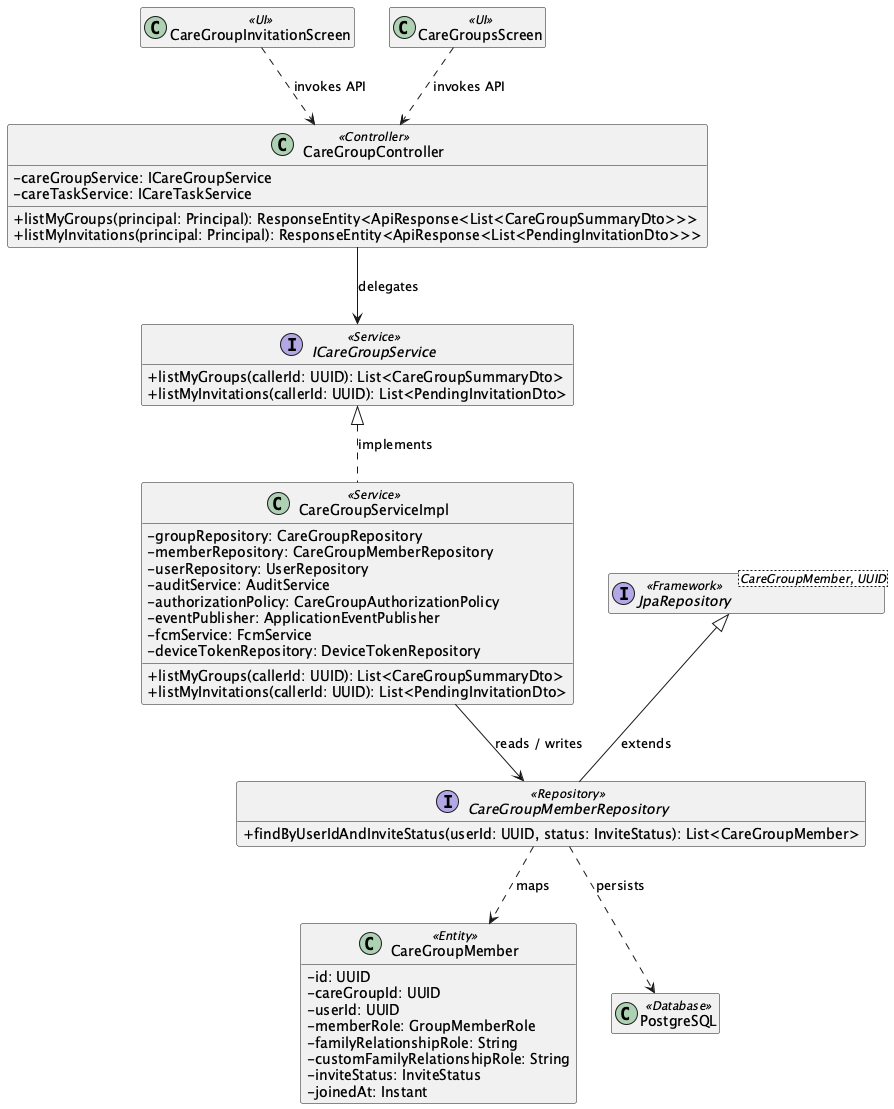
This is 03_Design/Detailed_Design/MF08_Family_Sync_Cooperative_Care/images/01_Care_Group_and_Membership_Lifecycle_ClassDiagram.png from ChuongBDHE172784/CareBridge_SEP490_G79, a PlantUML export, as it was before one commit.
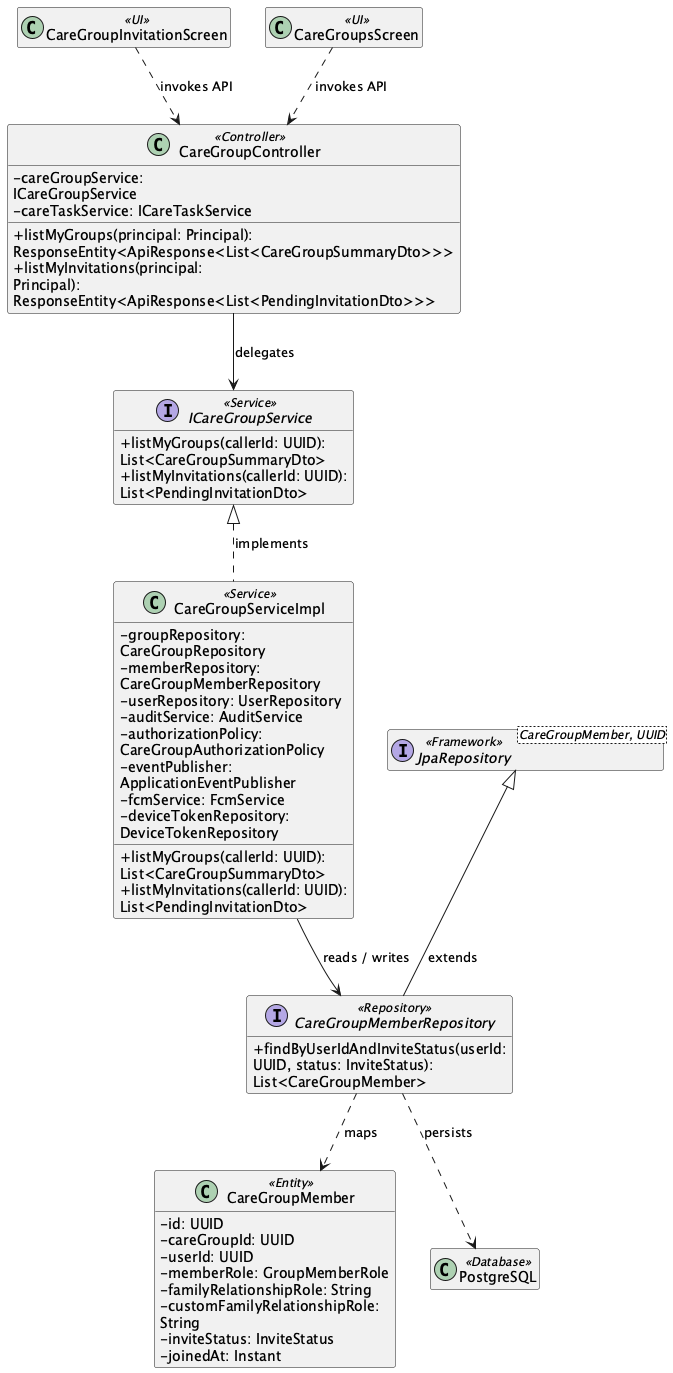
The same diagram one commit later.

What changed in the source:
```diff
@@ -1,5 +1,6 @@
-@startuml
+@startuml ClassDiagram_01CareGroupandMembershipLifecycle
 skinparam classAttributeIconSize 0
+skinparam wrapWidth 250
 hide empty members
 
 class "CareGroupInvitationScreen" as UICareGroupInvitationScreen <<UI>>
```
